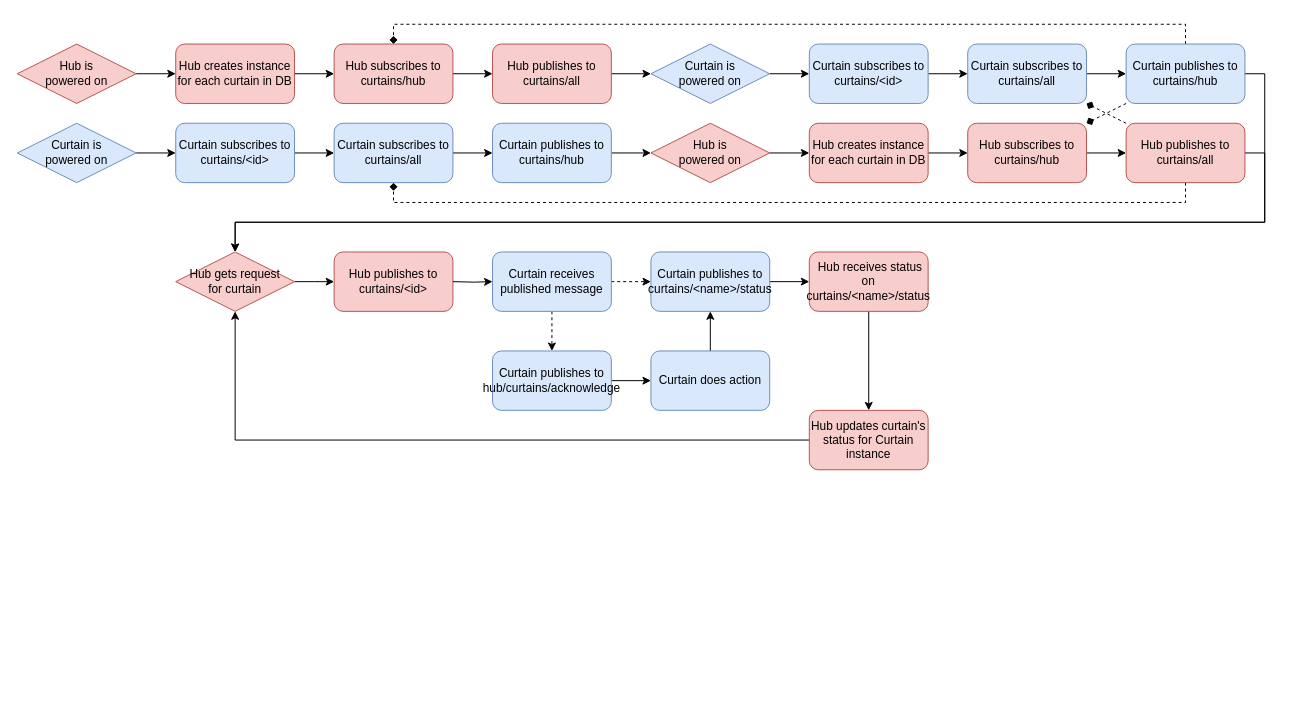
This is Documentation/DrawIO/MQTTStateDiagram.drawio from MPZinke/SmartCurtain, a draw.io file, before an edit. Source tidied: cells renumbered, new cells numbered last; positions are measured from the earlier drawing's top-left corner, leaving out a move shared by most shapes. Both pictures are drawn from the tidied source at 99%, with x=0, y=0 at pixel (17, 44).
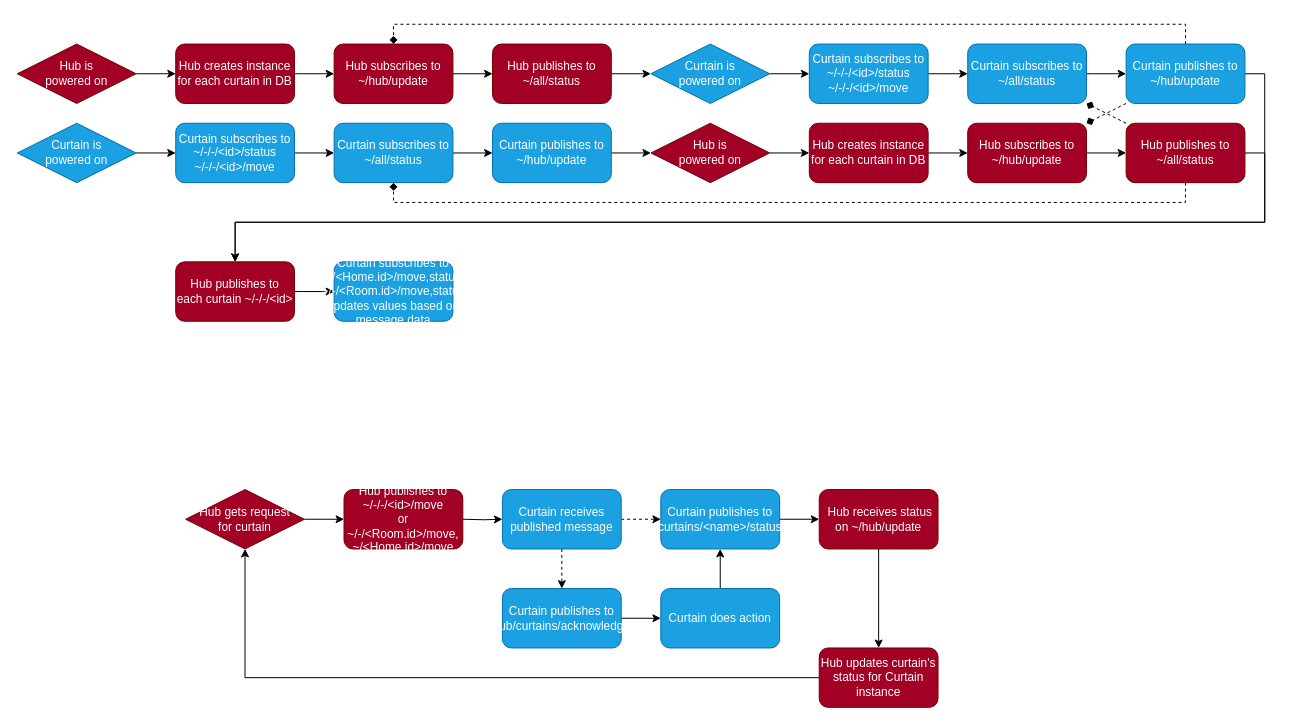
Above is the later version.

Diff of the diagram source:
```diff
@@
-    <mxCell id="3" value="Hub publishes to&lt;br&gt;curtains/all" style="rounded=1;whiteSpace=wrap;html=1;fillColor=#f8cecc;strokeColor=#b85450;" parent="1" vertex="1">
+    <mxCell id="3" value="Hub publishes to&lt;br&gt;~/all/status" style="rounded=1;whiteSpace=wrap;html=1;fillColor=#a20025;strokeColor=#6F0000;fontColor=#ffffff;" parent="1" vertex="1">
       <mxGeometry x="480" width="120" height="60" as="geometry" />
     </mxCell>
     <mxCell id="4" style="edgeStyle=orthogonalEdgeStyle;rounded=0;jettySize=auto;html=1;exitX=1;exitY=0.5;exitDx=0;exitDy=0;entryX=0;entryY=0.5;entryDx=0;entryDy=0;" parent="1" edge="1" source="5">
       <mxGeometry relative="1" as="geometry">
-        <mxPoint x="320" y="240" as="targetPoint" />
+        <mxPoint x="330" y="480" as="targetPoint" />
       </mxGeometry>
     </mxCell>
-    <mxCell id="5" value="Hub gets request&lt;br&gt;for curtain" style="rhombus;whiteSpace=wrap;html=1;fillColor=#f8cecc;strokeColor=#b85450;" parent="1" vertex="1">
-      <mxGeometry x="160" y="210" width="120" height="60" as="geometry" />
+    <mxCell id="5" value="Hub gets request&lt;br&gt;for curtain" style="rhombus;whiteSpace=wrap;html=1;fillColor=#a20025;strokeColor=#6F0000;fontColor=#ffffff;" parent="1" vertex="1">
+      <mxGeometry x="170" y="450" width="120" height="60" as="geometry" />
     </mxCell>
@@
-    <mxCell id="7" value="Hub is &lt;br&gt;powered on" style="rhombus;whiteSpace=wrap;html=1;fillColor=#f8cecc;strokeColor=#b85450;" parent="1" vertex="1">
+    <mxCell id="7" value="Hub is &lt;br&gt;powered on" style="rhombus;whiteSpace=wrap;html=1;fillColor=#a20025;strokeColor=#6F0000;fontColor=#ffffff;" parent="1" vertex="1">
       <mxGeometry width="120" height="60" as="geometry" />
     </mxCell>
@@
-    <mxCell id="9" value="Curtain is&lt;br&gt;powered on" style="rhombus;whiteSpace=wrap;html=1;fillColor=#dae8fc;strokeColor=#6c8ebf;" parent="1" vertex="1">
+    <mxCell id="9" value="Curtain is&lt;br&gt;powered on" style="rhombus;whiteSpace=wrap;html=1;fillColor=#1ba1e2;strokeColor=#006EAF;fontColor=#ffffff;" parent="1" vertex="1">
       <mxGeometry x="640" width="120" height="60" as="geometry" />
     </mxCell>
-    <mxCell id="10" value="Hub publishes to curtains/&amp;lt;id&amp;gt;" style="rounded=1;whiteSpace=wrap;html=1;fillColor=#f8cecc;strokeColor=#b85450;" parent="1" vertex="1">
-      <mxGeometry x="320" y="210" width="120" height="60" as="geometry" />
+    <mxCell id="10" value="Hub publishes to ~/-/-/&amp;lt;id&amp;gt;/move&lt;br&gt;or ~/-/&amp;lt;Room.id&amp;gt;/move,&lt;br&gt;~/&amp;lt;Home.id&amp;gt;/move" style="rounded=1;whiteSpace=wrap;html=1;fillColor=#a20025;strokeColor=#6F0000;fontColor=#ffffff;" parent="1" vertex="1">
+      <mxGeometry x="330" y="450" width="120" height="60" as="geometry" />
     </mxCell>
@@
-    <mxCell id="13" value="Curtain receives published message" style="rounded=1;whiteSpace=wrap;html=1;fillColor=#dae8fc;strokeColor=#6c8ebf;" parent="1" vertex="1">
-      <mxGeometry x="480" y="210" width="120" height="60" as="geometry" />
+    <mxCell id="13" value="Curtain receives published message" style="rounded=1;whiteSpace=wrap;html=1;fillColor=#1ba1e2;strokeColor=#006EAF;fontColor=#ffffff;" parent="1" vertex="1">
+      <mxGeometry x="490" y="450" width="120" height="60" as="geometry" />
     </mxCell>
-    <mxCell id="14" style="edgeStyle=orthogonalEdgeStyle;rounded=0;jettySize=auto;html=1;entryX=0.5;entryY=0;entryDx=0;entryDy=0;exitX=1;exitY=0.5;exitDx=0;exitDy=0;" parent="1" edge="1" source="34" target="5">
+    <mxCell id="14" style="edgeStyle=orthogonalEdgeStyle;rounded=0;jettySize=auto;html=1;exitX=1;exitY=0.5;exitDx=0;exitDy=0;entryX=0.5;entryY=0;entryDx=0;entryDy=0;" parent="1" edge="1" source="34" target="56">
       <mxGeometry relative="1" as="geometry">
         <Array as="points">
           <mxPoint x="1260" y="110" />
           <mxPoint x="1260" y="180" />
           <mxPoint x="220" y="180" />
         </Array>
       </mxGeometry>
     </mxCell>
     <mxCell id="15" style="edgeStyle=orthogonalEdgeStyle;rounded=0;jettySize=auto;html=1;exitX=1;exitY=0.5;exitDx=0;exitDy=0;entryX=0;entryY=0.5;entryDx=0;entryDy=0;" parent="1" edge="1" target="13">
       <mxGeometry relative="1" as="geometry">
-        <mxPoint x="440" y="240" as="sourcePoint" />
+        <mxPoint x="450" y="480" as="sourcePoint" />
       </mxGeometry>
     </mxCell>
@@
-    <mxCell id="17" value="Curtain publishes to&lt;br&gt;curtains/&amp;lt;name&amp;gt;/status" style="rounded=1;whiteSpace=wrap;html=1;fillColor=#dae8fc;strokeColor=#6c8ebf;" parent="1" vertex="1">
-      <mxGeometry x="640" y="210" width="120" height="60" as="geometry" />
+    <mxCell id="17" value="Curtain publishes to&lt;br&gt;curtains/&amp;lt;name&amp;gt;/status" style="rounded=1;whiteSpace=wrap;html=1;fillColor=#1ba1e2;strokeColor=#006EAF;fontColor=#ffffff;" parent="1" vertex="1">
+      <mxGeometry x="650" y="450" width="120" height="60" as="geometry" />
     </mxCell>
@@
-    <mxCell id="19" value="&amp;nbsp;Hub receives status on curtains/&amp;lt;name&amp;gt;/status" style="rounded=1;whiteSpace=wrap;html=1;fillColor=#f8cecc;strokeColor=#b85450;" parent="1" vertex="1">
-      <mxGeometry x="800" y="210" width="120" height="60" as="geometry" />
+    <mxCell id="19" value="&amp;nbsp;Hub receives status on ~/hub/update" style="rounded=1;whiteSpace=wrap;html=1;fillColor=#a20025;strokeColor=#6F0000;fontColor=#ffffff;" parent="1" vertex="1">
+      <mxGeometry x="810" y="450" width="120" height="60" as="geometry" />
     </mxCell>
@@
-    <mxCell id="21" value="Hub updates curtain's status for Curtain instance" style="rounded=1;whiteSpace=wrap;html=1;fillColor=#f8cecc;strokeColor=#b85450;" parent="1" vertex="1">
-      <mxGeometry x="800" y="370" width="120" height="60" as="geometry" />
+    <mxCell id="21" value="Hub updates curtain's status for Curtain instance" style="rounded=1;whiteSpace=wrap;html=1;fillColor=#a20025;strokeColor=#6F0000;fontColor=#ffffff;" parent="1" vertex="1">
+      <mxGeometry x="810" y="610" width="120" height="60" as="geometry" />
     </mxCell>
@@
-    <mxCell id="23" value="Hub subscribes to curtains/hub" style="rounded=1;whiteSpace=wrap;html=1;fillColor=#f8cecc;strokeColor=#b85450;" parent="1" vertex="1">
+    <mxCell id="23" value="Hub subscribes to ~/hub/update" style="rounded=1;whiteSpace=wrap;html=1;fillColor=#a20025;strokeColor=#6F0000;fontColor=#ffffff;" parent="1" vertex="1">
       <mxGeometry x="320" width="120" height="60" as="geometry" />
     </mxCell>
@@
-    <mxCell id="25" value="Hub creates instance for each curtain in DB" style="rounded=1;whiteSpace=wrap;html=1;fillColor=#f8cecc;strokeColor=#b85450;" parent="1" vertex="1">
+    <mxCell id="25" value="Hub creates instance for each curtain in DB" style="rounded=1;whiteSpace=wrap;html=1;fillColor=#a20025;strokeColor=#6F0000;fontColor=#ffffff;" parent="1" vertex="1">
       <mxGeometry x="160" width="120" height="60" as="geometry" />
     </mxCell>
@@
-    <mxCell id="27" value="Curtain subscribes to&lt;br&gt;curtains/all" style="rounded=1;whiteSpace=wrap;html=1;fillColor=#dae8fc;strokeColor=#6c8ebf;" parent="1" vertex="1">
+    <mxCell id="27" value="Curtain subscribes to&lt;br&gt;~/all/status" style="rounded=1;whiteSpace=wrap;html=1;fillColor=#1ba1e2;strokeColor=#006EAF;fontColor=#ffffff;" parent="1" vertex="1">
       <mxGeometry x="960" width="120" height="60" as="geometry" />
     </mxCell>
-    <mxCell id="28" style="edgeStyle=orthogonalEdgeStyle;rounded=0;jettySize=auto;html=1;exitX=1;exitY=0.5;exitDx=0;exitDy=0;entryX=0.5;entryY=0;entryDx=0;entryDy=0;" parent="1" edge="1" source="31" target="5">
+    <mxCell id="28" style="edgeStyle=orthogonalEdgeStyle;rounded=0;jettySize=auto;html=1;exitX=1;exitY=0.5;exitDx=0;exitDy=0;entryX=0.5;entryY=0;entryDx=0;entryDy=0;" parent="1" edge="1" source="31" target="56">
       <mxGeometry relative="1" as="geometry">
         <Array as="points">
           <mxPoint x="1260" y="30" />
           <mxPoint x="1260" y="180" />
           <mxPoint x="220" y="180" />
         </Array>
       </mxGeometry>
     </mxCell>
@@
-    <mxCell id="31" value="Curtain publishes to curtains/hub" style="rounded=1;whiteSpace=wrap;html=1;fillColor=#dae8fc;strokeColor=#6c8ebf;" parent="1" vertex="1">
+    <mxCell id="31" value="Curtain publishes to ~/hub/update" style="rounded=1;whiteSpace=wrap;html=1;fillColor=#1ba1e2;strokeColor=#006EAF;fontColor=#ffffff;" parent="1" vertex="1">
       <mxGeometry x="1120" width="120" height="60" as="geometry" />
     </mxCell>
@@
-    <mxCell id="34" value="Hub publishes to&lt;br&gt;curtains/all" style="rounded=1;whiteSpace=wrap;html=1;fillColor=#f8cecc;strokeColor=#b85450;" parent="1" vertex="1">
+    <mxCell id="34" value="Hub publishes to&lt;br&gt;~/all/status" style="rounded=1;whiteSpace=wrap;html=1;fillColor=#a20025;strokeColor=#6F0000;fontColor=#ffffff;" parent="1" vertex="1">
       <mxGeometry x="1120" y="80" width="120" height="60" as="geometry" />
     </mxCell>
@@
-    <mxCell id="36" value="Hub is &lt;br&gt;powered on" style="rhombus;whiteSpace=wrap;html=1;fillColor=#f8cecc;strokeColor=#b85450;" parent="1" vertex="1">
+    <mxCell id="36" value="Hub is &lt;br&gt;powered on" style="rhombus;whiteSpace=wrap;html=1;fillColor=#a20025;strokeColor=#6F0000;fontColor=#ffffff;" parent="1" vertex="1">
       <mxGeometry x="640" y="80" width="120" height="60" as="geometry" />
     </mxCell>
@@
-    <mxCell id="38" value="Curtain is&lt;br&gt;powered on" style="rhombus;whiteSpace=wrap;html=1;fillColor=#dae8fc;strokeColor=#6c8ebf;" parent="1" vertex="1">
+    <mxCell id="38" value="Curtain is&lt;br&gt;powered on" style="rhombus;whiteSpace=wrap;html=1;fillColor=#1ba1e2;strokeColor=#006EAF;fontColor=#ffffff;" parent="1" vertex="1">
       <mxGeometry y="80" width="120" height="60" as="geometry" />
     </mxCell>
@@
-    <mxCell id="40" value="Hub subscribes to curtains/hub" style="rounded=1;whiteSpace=wrap;html=1;fillColor=#f8cecc;strokeColor=#b85450;" parent="1" vertex="1">
+    <mxCell id="40" value="Hub subscribes to ~/hub/update" style="rounded=1;whiteSpace=wrap;html=1;fillColor=#a20025;strokeColor=#6F0000;fontColor=#ffffff;" parent="1" vertex="1">
       <mxGeometry x="960" y="80" width="120" height="60" as="geometry" />
     </mxCell>
@@
-    <mxCell id="42" value="Hub creates instance for each curtain in DB" style="rounded=1;whiteSpace=wrap;html=1;fillColor=#f8cecc;strokeColor=#b85450;" parent="1" vertex="1">
+    <mxCell id="42" value="Hub creates instance for each curtain in DB" style="rounded=1;whiteSpace=wrap;html=1;fillColor=#a20025;strokeColor=#6F0000;fontColor=#ffffff;" parent="1" vertex="1">
       <mxGeometry x="800" y="80" width="120" height="60" as="geometry" />
     </mxCell>
@@
-    <mxCell id="44" value="Curtain subscribes to&lt;br&gt;curtains/all" style="rounded=1;whiteSpace=wrap;html=1;fillColor=#dae8fc;strokeColor=#6c8ebf;" parent="1" vertex="1">
+    <mxCell id="44" value="Curtain subscribes to&lt;br&gt;~/all/status" style="rounded=1;whiteSpace=wrap;html=1;fillColor=#1ba1e2;strokeColor=#006EAF;fontColor=#ffffff;" parent="1" vertex="1">
       <mxGeometry x="320" y="80" width="120" height="60" as="geometry" />
     </mxCell>
@@
-    <mxCell id="46" value="Curtain publishes to curtains/hub" style="rounded=1;whiteSpace=wrap;html=1;fillColor=#dae8fc;strokeColor=#6c8ebf;" parent="1" vertex="1">
+    <mxCell id="46" value="Curtain publishes to ~/hub/update" style="rounded=1;whiteSpace=wrap;html=1;fillColor=#1ba1e2;strokeColor=#006EAF;fontColor=#ffffff;" parent="1" vertex="1">
       <mxGeometry x="480" y="80" width="120" height="60" as="geometry" />
     </mxCell>
@@
-    <mxCell id="48" value="Curtain subscribes to&lt;br&gt;curtains/&amp;lt;id&amp;gt;" style="rounded=1;whiteSpace=wrap;html=1;fillColor=#dae8fc;strokeColor=#6c8ebf;" parent="1" vertex="1">
+    <mxCell id="48" value="Curtain subscribes to&lt;br&gt;~/-/-/&amp;lt;id&amp;gt;/status&lt;br&gt;~/-/-/&amp;lt;id&amp;gt;/move" style="rounded=1;whiteSpace=wrap;html=1;fillColor=#1ba1e2;strokeColor=#006EAF;fontColor=#ffffff;" parent="1" vertex="1">
       <mxGeometry x="800" width="120" height="60" as="geometry" />
     </mxCell>
@@
-    <mxCell id="50" value="Curtain subscribes to&lt;br&gt;curtains/&amp;lt;id&amp;gt;" style="rounded=1;whiteSpace=wrap;html=1;fillColor=#dae8fc;strokeColor=#6c8ebf;" parent="1" vertex="1">
+    <mxCell id="50" value="Curtain subscribes to&lt;br&gt;~/-/-/&amp;lt;id&amp;gt;/status&lt;br&gt;~/-/-/&amp;lt;id&amp;gt;/move" style="rounded=1;whiteSpace=wrap;html=1;fillColor=#1ba1e2;strokeColor=#006EAF;fontColor=#ffffff;" parent="1" vertex="1">
       <mxGeometry x="160" y="80" width="120" height="60" as="geometry" />
     </mxCell>
@@
-    <mxCell id="52" value="Curtain publishes to hub/curtains/acknowledge" style="rounded=1;whiteSpace=wrap;html=1;fillColor=#dae8fc;strokeColor=#6c8ebf;" parent="1" vertex="1">
-      <mxGeometry x="480" y="310" width="120" height="60" as="geometry" />
+    <mxCell id="52" value="Curtain publishes to hub/curtains/acknowledge" style="rounded=1;whiteSpace=wrap;html=1;fillColor=#1ba1e2;strokeColor=#006EAF;fontColor=#ffffff;" parent="1" vertex="1">
+      <mxGeometry x="490" y="550" width="120" height="60" as="geometry" />
     </mxCell>
@@
-    <mxCell id="54" value="Curtain does action" style="rounded=1;whiteSpace=wrap;html=1;fillColor=#dae8fc;strokeColor=#6c8ebf;" parent="1" vertex="1">
-      <mxGeometry x="640" y="310" width="120" height="60" as="geometry" />
+    <mxCell id="54" value="Curtain does action" style="rounded=1;whiteSpace=wrap;html=1;fillColor=#1ba1e2;strokeColor=#006EAF;fontColor=#ffffff;" parent="1" vertex="1">
+      <mxGeometry x="650" y="550" width="120" height="60" as="geometry" />
     </mxCell>
+    <mxCell id="55" style="edgeStyle=orthogonalEdgeStyle;rounded=0;jettySize=auto;html=1;exitX=1;exitY=0.5;exitDx=0;exitDy=0;" parent="1" edge="1" source="56" target="57">
+      <mxGeometry relative="1" as="geometry" />
+    </mxCell>
+    <mxCell id="56" value="Hub publishes to each curtain ~/-/-/&amp;lt;id&amp;gt;" style="rounded=1;whiteSpace=wrap;html=1;fillColor=#a20025;strokeColor=#6F0000;fontColor=#ffffff;" parent="1" vertex="1">
+      <mxGeometry x="160" y="220" width="120" height="60" as="geometry" />
+    </mxCell>
+    <mxCell id="57" value="Curtain subscribes to &lt;br&gt;~/&amp;lt;Home.id&amp;gt;/move,status&lt;br&gt;~/-/&amp;lt;Room.id&amp;gt;/move,status&lt;br&gt;updates values based on message data" style="rounded=1;whiteSpace=wrap;html=1;fillColor=#1ba1e2;strokeColor=#006EAF;fontColor=#ffffff;" parent="1" vertex="1">
+      <mxGeometry x="320" y="220" width="120" height="60" as="geometry" />
+    </mxCell>
```
